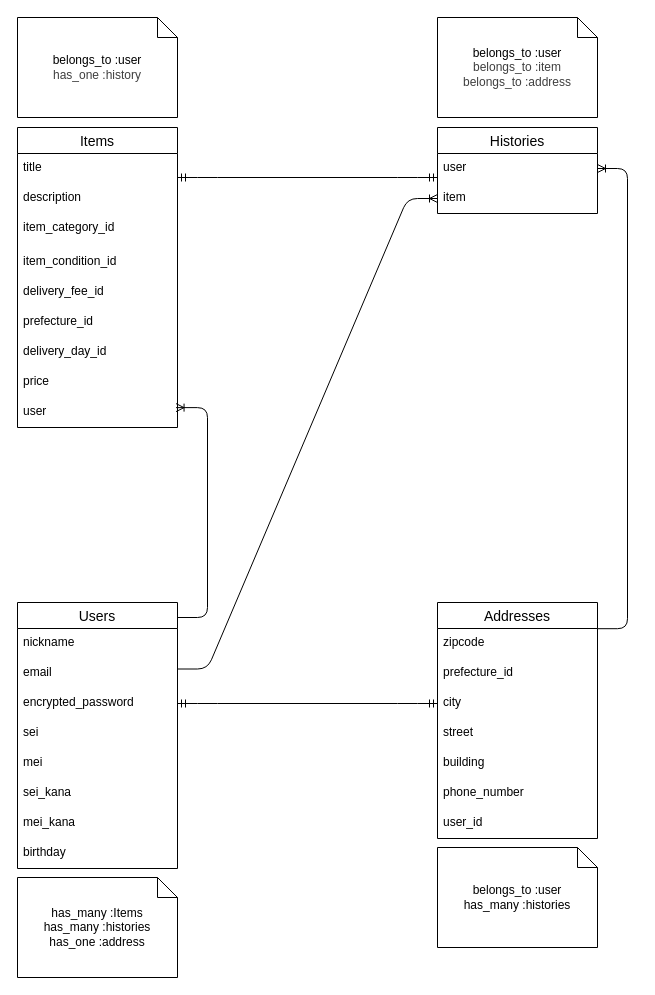
Above: furima.dio in chiakirinn1717/furima-41971 (draw.io), before the change. Source tidied: cells renumbered, new cells numbered last; positions are measured from the earlier drawing's top-left corner, leaving out a move shared by most shapes. Both pictures are drawn from the tidied source at 100%, with x=0, y=0 at pixel (17, 17).
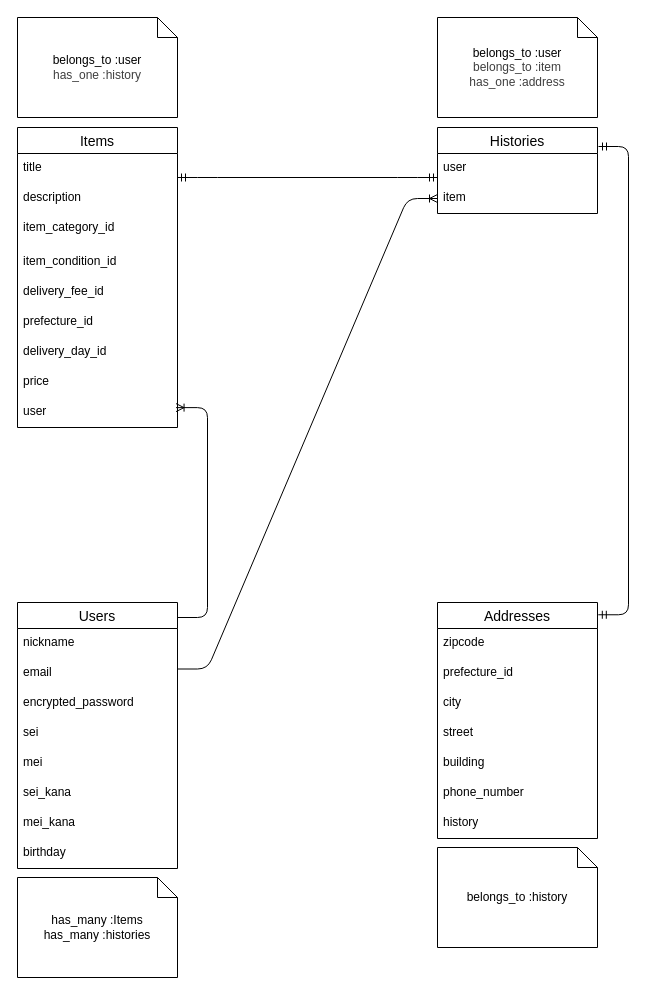
Above is the later version.

Unchanged cells that the change refers to:
```xml
<mxCell id="5" value="encrypted_password" style="text;strokeColor=none;fillColor=none;spacingLeft=4;spacingRight=4;overflow=hidden;points=[[0,0.5],[1,0.5]];portConstraint=eastwest;fontSize=12;whiteSpace=wrap;html=1;" parent="2" vertex="1">
  <mxGeometry y="86" width="160" height="30" as="geometry" />
</mxCell>
<mxCell id="21" value="Addresses" style="swimlane;fontStyle=0;horizontal=1;startSize=26;align=center;fontSize=14;" parent="1" vertex="1">
  <mxGeometry x="420" y="585" width="160" height="236" as="geometry" />
</mxCell>
<mxCell id="24" value="city" style="text;strokeColor=none;fillColor=none;spacingLeft=4;spacingRight=4;overflow=hidden;points=[[0,0.5],[1,0.5]];portConstraint=eastwest;fontSize=12;whiteSpace=wrap;html=1;" parent="21" vertex="1">
  <mxGeometry y="86" width="160" height="30" as="geometry" />
</mxCell>
<mxCell id="35" value="user" style="text;strokeColor=none;fillColor=none;spacingLeft=4;spacingRight=4;overflow=hidden;points=[[0,0.5],[1,0.5]];portConstraint=eastwest;fontSize=12;whiteSpace=wrap;html=1;" parent="34" vertex="1">
  <mxGeometry y="26" width="160" height="30" as="geometry" />
</mxCell>
```

Change to the diagram source:
```diff
@@
-    <mxCell id="28" value="user_id" style="text;strokeColor=none;fillColor=none;spacingLeft=4;spacingRight=4;overflow=hidden;fontSize=12;whiteSpace=wrap;html=1;" parent="21" vertex="1">
+    <mxCell id="28" value="history" style="text;strokeColor=none;fillColor=none;spacingLeft=4;spacingRight=4;overflow=hidden;fontSize=12;whiteSpace=wrap;html=1;" parent="21" vertex="1">
       <mxGeometry y="206" width="160" height="30" as="geometry" />
     </mxCell>
-    <mxCell id="29" style="edgeStyle=entityRelationEdgeStyle;fontSize=12;html=1;endArrow=ERmandOne;startArrow=ERmandOne;exitX=1;exitY=0.5;exitDx=0;exitDy=0;entryX=0;entryY=0.5;entryDx=0;entryDy=0;" parent="1" edge="1" source="5" target="24">
-      <mxGeometry relative="1" as="geometry" />
-    </mxCell>
@@
-    <mxCell id="31" value="has_many :Items&lt;div&gt;&lt;font color=&quot;#000000&quot;&gt;has_many :histories&lt;br&gt;&lt;/font&gt;&lt;div&gt;has_one :address&lt;/div&gt;&lt;/div&gt;" style="shape=note;size=20;whiteSpace=wrap;html=1;" parent="1" vertex="1">
+    <mxCell id="31" value="has_many :Items&lt;div&gt;&lt;font color=&quot;#000000&quot;&gt;has_many :histories&lt;/font&gt;&lt;/div&gt;" style="shape=note;size=20;whiteSpace=wrap;html=1;" parent="1" vertex="1">
       <mxGeometry y="860" width="160" height="100" as="geometry" />
     </mxCell>
-    <mxCell id="32" value="&lt;div&gt;belongs_to :user&lt;/div&gt;&lt;div&gt;has_many :histories&lt;/div&gt;" style="shape=note;size=20;whiteSpace=wrap;html=1;" parent="1" vertex="1">
+    <mxCell id="32" value="&lt;div&gt;&lt;span style=&quot;background-color: transparent;&quot;&gt;belongs_to :history&lt;/span&gt;&lt;/div&gt;" style="shape=note;size=20;whiteSpace=wrap;html=1;" parent="1" vertex="1">
       <mxGeometry x="420" y="830" width="160" height="100" as="geometry" />
     </mxCell>
@@
-    <mxCell id="39" value="&lt;div&gt;belongs_to :user&lt;/div&gt;&lt;div&gt;&lt;span style=&quot;color: rgb(63, 63, 63);&quot;&gt;belongs_to :item&lt;/span&gt;&lt;/div&gt;&lt;div&gt;&lt;span style=&quot;color: rgb(63, 63, 63);&quot;&gt;belongs_to :address&lt;/span&gt;&lt;/div&gt;" style="shape=note;size=20;whiteSpace=wrap;html=1;" parent="1" vertex="1">
+    <mxCell id="39" value="&lt;div&gt;belongs_to :user&lt;/div&gt;&lt;div&gt;&lt;span style=&quot;color: rgb(63, 63, 63);&quot;&gt;belongs_to :item&lt;/span&gt;&lt;/div&gt;&lt;div&gt;&lt;span style=&quot;color: rgb(63, 63, 63);&quot;&gt;has_one :address&lt;/span&gt;&lt;/div&gt;" style="shape=note;size=20;whiteSpace=wrap;html=1;" parent="1" vertex="1">
       <mxGeometry x="420" width="160" height="100" as="geometry" />
     </mxCell>
-    <mxCell id="40" style="edgeStyle=entityRelationEdgeStyle;fontSize=12;html=1;endArrow=ERoneToMany;entryX=1;entryY=0.5;entryDx=0;entryDy=0;exitX=1;exitY=0.111;exitDx=0;exitDy=0;exitPerimeter=0;" parent="1" edge="1" source="21" target="35">
-      <mxGeometry relative="1" as="geometry">
-        <Array as="points">
-          <mxPoint x="590" y="630" />
-          <mxPoint x="670" y="519" />
-          <mxPoint x="1000" y="319" />
-          <mxPoint x="930" y="379" />
-          <mxPoint x="650" y="359" />
-          <mxPoint x="660" y="549" />
-        </Array>
-      </mxGeometry>
-    </mxCell>
+    <mxCell id="41" style="edgeStyle=entityRelationEdgeStyle;fontSize=12;html=1;endArrow=ERmandOne;startArrow=ERmandOne;entryX=1.005;entryY=0.052;entryDx=0;entryDy=0;entryPerimeter=0;" parent="1" edge="1" target="21">
+      <mxGeometry relative="1" as="geometry">
+        <mxPoint x="581" y="129" as="sourcePoint" />
+      </mxGeometry>
+    </mxCell>
```
